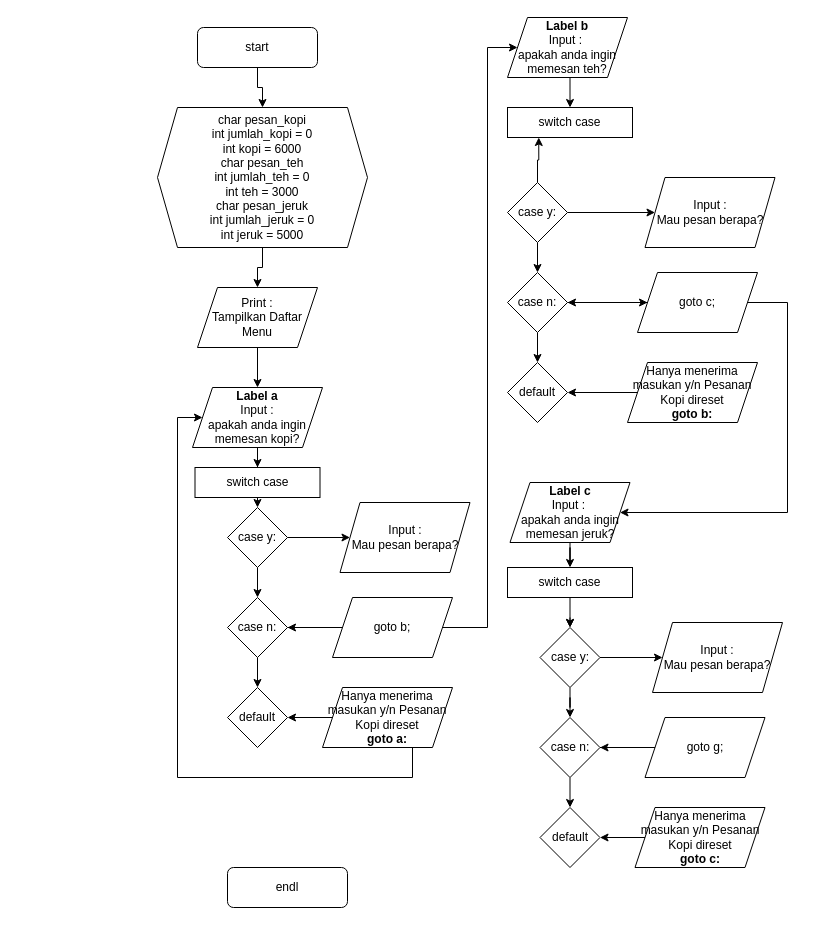
The draw.io diagram Tugas Akhir/Untitled Diagram.drawio in farrasrayhand/Learning, before the edit. Source tidied: cells renumbered, new cells numbered last; positions are measured from the earlier drawing's top-left corner, leaving out a move shared by most shapes. Both pictures are drawn from the tidied source at 100%, with x=0, y=0 at pixel (157, 17).
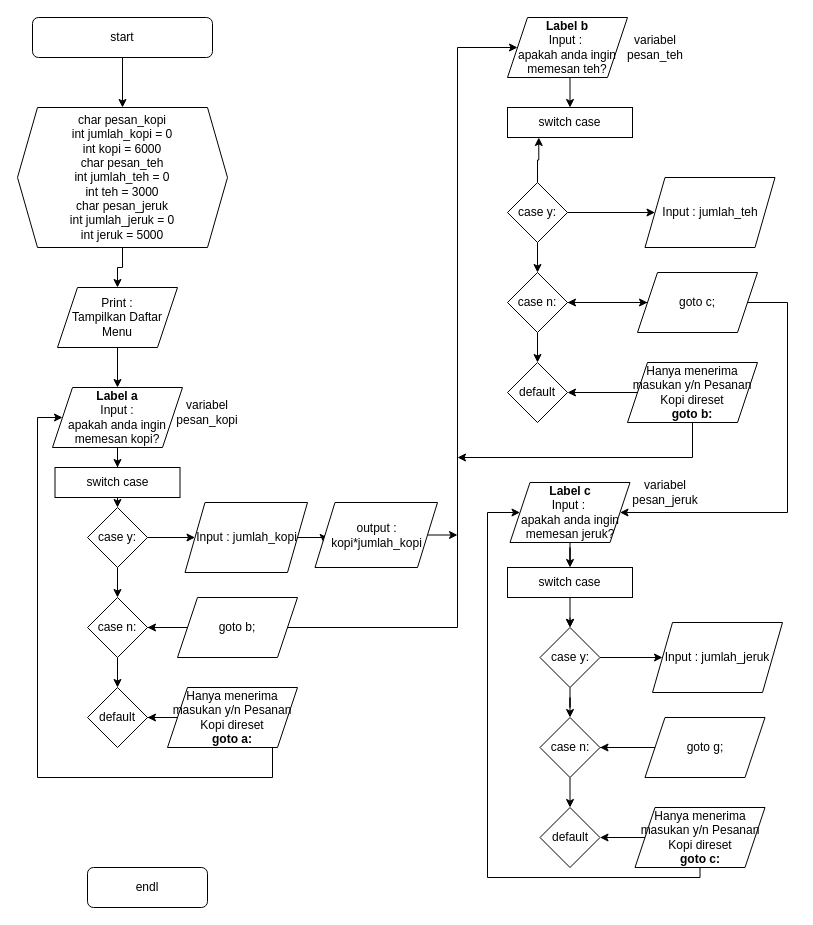
The same diagram, later.

Unchanged cells that the change refers to:
```xml
<mxCell id="13" value="&lt;span&gt;&lt;b&gt;Label b&lt;/b&gt;&lt;br&gt;Input :&amp;nbsp;&lt;/span&gt;&lt;br&gt;&lt;span&gt;apakah anda ingin memesan teh?&lt;/span&gt;" style="shape=parallelogram;perimeter=parallelogramPerimeter;whiteSpace=wrap;html=1;fixedSize=1;" parent="1" vertex="1">
  <mxGeometry x="350" width="120" height="60" as="geometry" />
</mxCell>
<mxCell id="15" value="&lt;span&gt;&lt;b&gt;Label c&lt;/b&gt;&lt;br&gt;Input :&amp;nbsp;&lt;/span&gt;&lt;br&gt;&lt;span&gt;apakah anda ingin memesan jeruk?&lt;/span&gt;" style="shape=parallelogram;perimeter=parallelogramPerimeter;whiteSpace=wrap;html=1;fixedSize=1;" parent="1" vertex="1">
  <mxGeometry x="352.5" y="465" width="120" height="60" as="geometry" />
</mxCell>
<mxCell id="44" value="Hanya menerima masukan y/n Pesanan Kopi direset&lt;br&gt;&lt;b&gt;goto b:&lt;/b&gt;" style="shape=parallelogram;perimeter=parallelogramPerimeter;whiteSpace=wrap;html=1;fixedSize=1;" parent="1" vertex="1">
  <mxGeometry x="470" y="345" width="130" height="60" as="geometry" />
</mxCell>
<mxCell id="58" value="Hanya menerima masukan y/n Pesanan Kopi direset&lt;br&gt;&lt;b&gt;goto c:&lt;/b&gt;" style="shape=parallelogram;perimeter=parallelogramPerimeter;whiteSpace=wrap;html=1;fixedSize=1;" parent="1" vertex="1">
  <mxGeometry x="477.5" y="790" width="130" height="60" as="geometry" />
</mxCell>
```

What changed in the source:
```diff
@@
     <mxCell id="3" value="start" style="rounded=1;whiteSpace=wrap;html=1;fontSize=12;glass=0;strokeWidth=1;shadow=0;" parent="1" vertex="1">
-      <mxGeometry x="40" y="10" width="120" height="40" as="geometry" />
+      <mxGeometry x="-125" width="180" height="40" as="geometry" />
     </mxCell>
     <mxCell id="4" value="endl" style="rounded=1;whiteSpace=wrap;html=1;fontSize=12;glass=0;strokeWidth=1;shadow=0;" parent="1" vertex="1">
-      <mxGeometry x="70" y="850" width="120" height="40" as="geometry" />
+      <mxGeometry x="-70" y="850" width="120" height="40" as="geometry" />
     </mxCell>
@@
     <mxCell id="6" value="Print :&lt;br&gt;Tampilkan Daftar Menu" style="shape=parallelogram;perimeter=parallelogramPerimeter;whiteSpace=wrap;html=1;fixedSize=1;" parent="1" vertex="1">
-      <mxGeometry x="40" y="270" width="120" height="60" as="geometry" />
+      <mxGeometry x="-100" y="270" width="120" height="60" as="geometry" />
     </mxCell>
@@
     <mxCell id="8" value="char pesan_kopi&lt;br&gt;int jumlah_kopi = 0&lt;br&gt;int kopi = 6000&lt;br&gt;char pesan_teh&lt;br&gt;int jumlah_teh = 0&lt;br&gt;int teh = 3000&lt;br&gt;char pesan_jeruk&lt;br&gt;int jumlah_jeruk = 0&lt;br&gt;int jeruk = 5000" style="shape=hexagon;perimeter=hexagonPerimeter2;whiteSpace=wrap;html=1;fixedSize=1;" parent="1" vertex="1">
-      <mxGeometry y="90" width="210" height="140" as="geometry" />
+      <mxGeometry x="-140" y="90" width="210" height="140" as="geometry" />
     </mxCell>
@@
     <mxCell id="10" value="&lt;b&gt;Label a&lt;/b&gt;&lt;br&gt;Input : &lt;br&gt;apakah anda ingin memesan kopi?" style="shape=parallelogram;perimeter=parallelogramPerimeter;whiteSpace=wrap;html=1;fixedSize=1;" parent="1" vertex="1">
-      <mxGeometry x="35" y="370" width="130" height="60" as="geometry" />
+      <mxGeometry x="-105" y="370" width="130" height="60" as="geometry" />
     </mxCell>
+    <mxCell id="61" style="edgeStyle=orthogonalEdgeStyle;rounded=0;jettySize=auto;html=1;exitX=1;exitY=0.5;exitDx=0;exitDy=0;entryX=0.069;entryY=0.615;entryDx=0;entryDy=0;entryPerimeter=0;" parent="1" edge="1" source="11" target="65">
+      <mxGeometry relative="1" as="geometry" />
+    </mxCell>
-    <mxCell id="11" value="Input :&lt;br&gt;Mau pesan berapa?" style="shape=parallelogram;perimeter=parallelogramPerimeter;whiteSpace=wrap;html=1;fixedSize=1;" parent="1" vertex="1">
-      <mxGeometry x="182.5" y="485" width="130" height="70" as="geometry" />
+    <mxCell id="11" value="Input : jumlah_kopi" style="shape=parallelogram;perimeter=parallelogramPerimeter;whiteSpace=wrap;html=1;fixedSize=1;" parent="1" vertex="1">
+      <mxGeometry x="27.5" y="485" width="122.5" height="70" as="geometry" />
     </mxCell>
@@
     <mxCell id="17" value="switch case" style="rounded=0;whiteSpace=wrap;html=1;" parent="1" vertex="1">
-      <mxGeometry x="37.5" y="450" width="125" height="30" as="geometry" />
+      <mxGeometry x="-102.5" y="450" width="125" height="30" as="geometry" />
     </mxCell>
@@
     <mxCell id="23" value="case y:" style="rhombus;whiteSpace=wrap;html=1;" parent="1" vertex="1">
-      <mxGeometry x="70" y="490" width="60" height="60" as="geometry" />
+      <mxGeometry x="-70" y="490" width="60" height="60" as="geometry" />
     </mxCell>
     <mxCell id="24" style="edgeStyle=orthogonalEdgeStyle;rounded=0;jettySize=auto;html=1;exitX=1;exitY=0.5;exitDx=0;exitDy=0;" parent="1" edge="1" source="26">
       <mxGeometry relative="1" as="geometry">
-        <mxPoint x="210" y="610" as="targetPoint" />
+        <mxPoint x="70" y="610" as="targetPoint" />
       </mxGeometry>
     </mxCell>
@@
     <mxCell id="26" value="case n:" style="rhombus;whiteSpace=wrap;html=1;" parent="1" vertex="1">
-      <mxGeometry x="70" y="580" width="60" height="60" as="geometry" />
+      <mxGeometry x="-70" y="580" width="60" height="60" as="geometry" />
     </mxCell>
     <mxCell id="27" value="default" style="rhombus;whiteSpace=wrap;html=1;" parent="1" vertex="1">
-      <mxGeometry x="70" y="670" width="60" height="60" as="geometry" />
+      <mxGeometry x="-70" y="670" width="60" height="60" as="geometry" />
     </mxCell>
     <mxCell id="28" style="edgeStyle=orthogonalEdgeStyle;rounded=0;jettySize=auto;html=1;entryX=0;entryY=0.5;entryDx=0;entryDy=0;" parent="1" edge="1" source="30" target="10">
       <mxGeometry relative="1" as="geometry">
         <Array as="points">
-          <mxPoint x="255" y="760" />
-          <mxPoint x="20" y="760" />
-          <mxPoint x="20" y="400" />
+          <mxPoint x="115" y="760" />
+          <mxPoint x="-120" y="760" />
+          <mxPoint x="-120" y="400" />
         </Array>
       </mxGeometry>
     </mxCell>
@@
     <mxCell id="30" value="Hanya menerima masukan y/n Pesanan Kopi direset&lt;br&gt;&lt;b&gt;goto a:&lt;/b&gt;" style="shape=parallelogram;perimeter=parallelogramPerimeter;whiteSpace=wrap;html=1;fixedSize=1;" parent="1" vertex="1">
-      <mxGeometry x="165" y="670" width="130" height="60" as="geometry" />
+      <mxGeometry x="10" y="670" width="130" height="60" as="geometry" />
     </mxCell>
@@
     <mxCell id="32" style="edgeStyle=orthogonalEdgeStyle;rounded=0;jettySize=auto;html=1;exitX=1;exitY=0.5;exitDx=0;exitDy=0;entryX=0;entryY=0.5;entryDx=0;entryDy=0;" parent="1" edge="1" source="33" target="13">
       <mxGeometry relative="1" as="geometry">
         <Array as="points">
-          <mxPoint x="330" y="610" />
-          <mxPoint x="330" y="30" />
+          <mxPoint x="300" y="610" />
+          <mxPoint x="300" y="30" />
         </Array>
       </mxGeometry>
     </mxCell>
     <mxCell id="33" value="goto b;" style="shape=parallelogram;perimeter=parallelogramPerimeter;whiteSpace=wrap;html=1;fixedSize=1;" parent="1" vertex="1">
-      <mxGeometry x="175" y="580" width="120" height="60" as="geometry" />
+      <mxGeometry x="20" y="580" width="120" height="60" as="geometry" />
     </mxCell>
-    <mxCell id="34" value="Input :&lt;br&gt;Mau pesan berapa?" style="shape=parallelogram;perimeter=parallelogramPerimeter;whiteSpace=wrap;html=1;fixedSize=1;" parent="1" vertex="1">
+    <mxCell id="34" value="Input : jumlah_teh" style="shape=parallelogram;perimeter=parallelogramPerimeter;whiteSpace=wrap;html=1;fixedSize=1;" parent="1" vertex="1">
       <mxGeometry x="487.5" y="160" width="130" height="70" as="geometry" />
     </mxCell>
@@
+    <mxCell id="62" style="edgeStyle=orthogonalEdgeStyle;rounded=0;jettySize=auto;html=1;" parent="1" edge="1" source="44">
+      <mxGeometry relative="1" as="geometry">
+        <mxPoint x="300" y="440" as="targetPoint" />
+        <Array as="points">
+          <mxPoint x="535" y="440" />
+        </Array>
+      </mxGeometry>
+    </mxCell>
@@
-    <mxCell id="48" value="Input :&lt;br&gt;Mau pesan berapa?" style="shape=parallelogram;perimeter=parallelogramPerimeter;whiteSpace=wrap;html=1;fixedSize=1;" parent="1" vertex="1">
+    <mxCell id="48" value="Input : jumlah_jeruk" style="shape=parallelogram;perimeter=parallelogramPerimeter;whiteSpace=wrap;html=1;fixedSize=1;" parent="1" vertex="1">
       <mxGeometry x="495" y="605" width="130" height="70" as="geometry" />
     </mxCell>
@@
+    <mxCell id="63" style="edgeStyle=orthogonalEdgeStyle;rounded=0;jettySize=auto;html=1;entryX=0;entryY=0.5;entryDx=0;entryDy=0;" parent="1" edge="1" source="58" target="15">
+      <mxGeometry relative="1" as="geometry">
+        <Array as="points">
+          <mxPoint x="543" y="860" />
+          <mxPoint x="330" y="860" />
+          <mxPoint x="330" y="495" />
+        </Array>
+      </mxGeometry>
+    </mxCell>
@@
+    <mxCell id="64" style="edgeStyle=orthogonalEdgeStyle;rounded=0;jettySize=auto;html=1;" parent="1" edge="1" source="65">
+      <mxGeometry relative="1" as="geometry">
+        <mxPoint x="300" y="517.5" as="targetPoint" />
+      </mxGeometry>
+    </mxCell>
+    <mxCell id="65" value="output : kopi*jumlah_kopi" style="shape=parallelogram;perimeter=parallelogramPerimeter;whiteSpace=wrap;html=1;fixedSize=1;" parent="1" vertex="1">
+      <mxGeometry x="157.5" y="485" width="122.5" height="65" as="geometry" />
+    </mxCell>
+    <mxCell id="66" value="variabel pesan_kopi" style="text;html=1;strokeColor=none;fillColor=none;align=center;verticalAlign=middle;whiteSpace=wrap;rounded=0;" parent="1" vertex="1">
+      <mxGeometry x="30" y="385" width="40" height="20" as="geometry" />
+    </mxCell>
+    <mxCell id="67" value="variabel pesan_jeruk" style="text;html=1;strokeColor=none;fillColor=none;align=center;verticalAlign=middle;whiteSpace=wrap;rounded=0;" parent="1" vertex="1">
+      <mxGeometry x="487.5" y="465" width="40" height="20" as="geometry" />
+    </mxCell>
+    <mxCell id="68" value="variabel pesan_teh" style="text;html=1;strokeColor=none;fillColor=none;align=center;verticalAlign=middle;whiteSpace=wrap;rounded=0;" parent="1" vertex="1">
+      <mxGeometry x="477.5" y="20" width="40" height="20" as="geometry" />
+    </mxCell>
```
